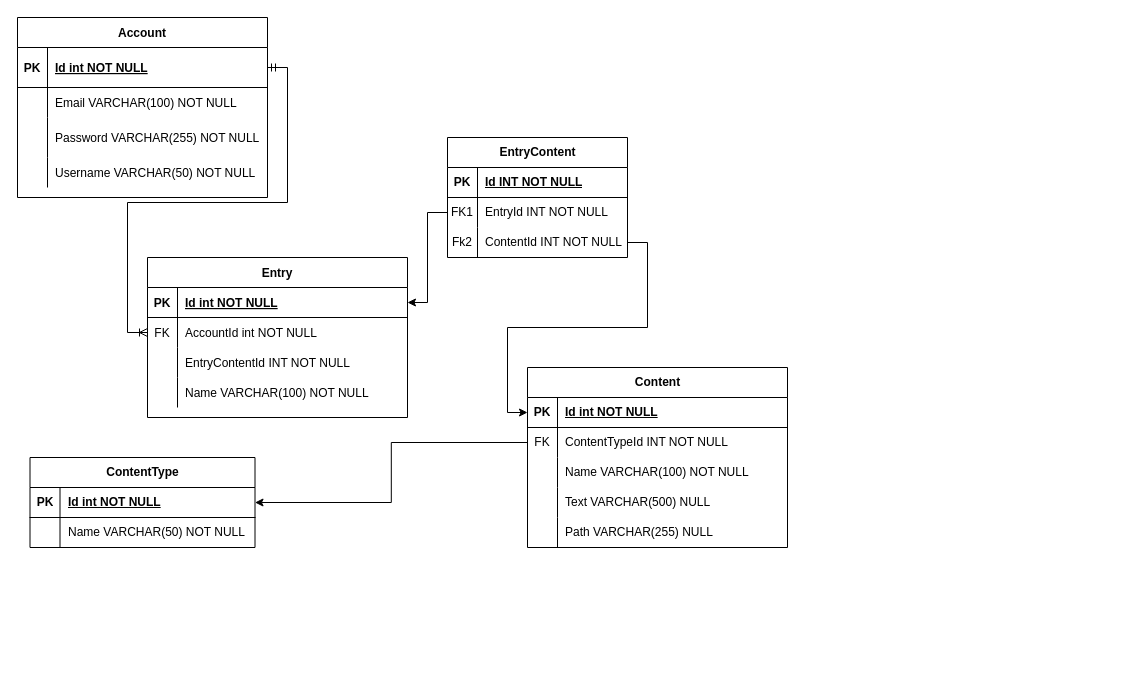
The draw.io diagram qrcoolERD.drawio in DevClarkMiller/qrcool, before the edit. Source tidied: cells renumbered, new cells numbered last; positions are measured from the earlier drawing's top-left corner, leaving out a move shared by most shapes. Both pictures are drawn from the tidied source at 100%, with x=0, y=0 at pixel (17, 17).
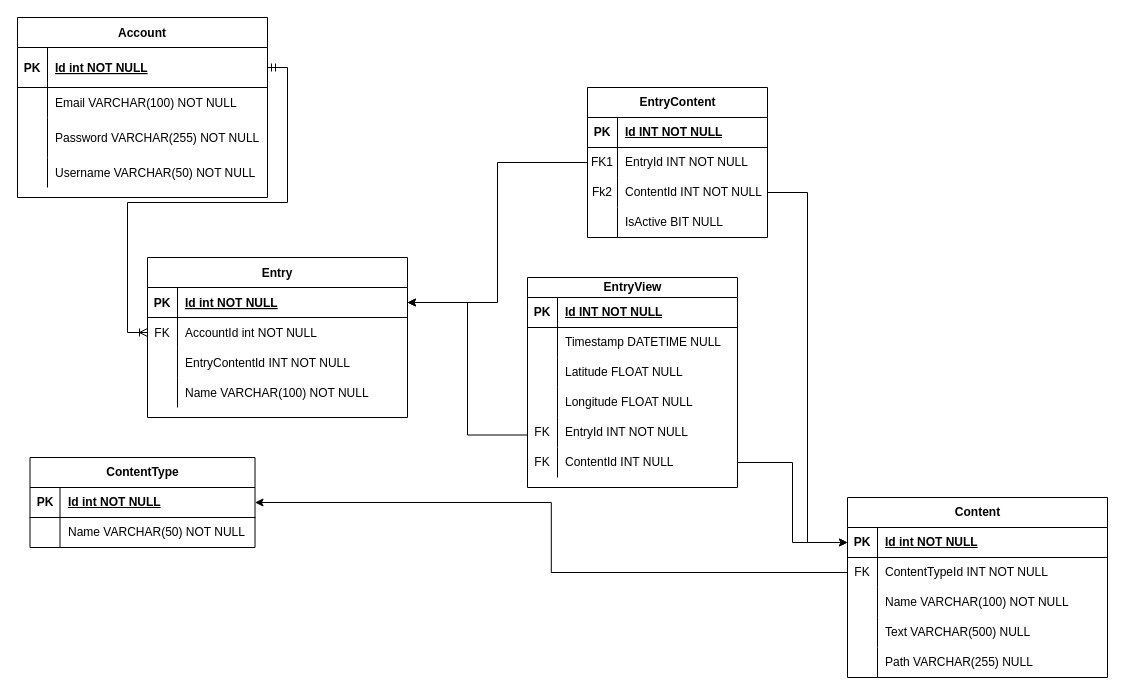
The same page after the edit.

The change refers to these unchanged cells:
```xml
<mxCell id="3" style="shape=partialRectangle;fillColor=none;points=[[0,0.5],[1,0.5]];portConstraint=eastwest;top=0;left=0;right=0;bottom=1;" parent="2" vertex="1">
  <mxGeometry y="30" width="260" height="30" as="geometry" />
</mxCell>
<mxCell id="37" style="shape=tableRow;horizontal=0;startSize=0;swimlaneHead=0;swimlaneBody=0;fillColor=none;points=[[0,0.5],[1,0.5]];portConstraint=eastwest;top=0;left=0;right=0;bottom=1;" parent="36" vertex="1">
  <mxGeometry y="30" width="260" height="30" as="geometry" />
</mxCell>
```

Diff of the diagram source:
```diff
@@
     <mxCell id="36" value="Content" style="shape=table;startSize=30;childLayout=tableLayout;rowLines=0;fontStyle=1;align=center;html=1;" parent="1" vertex="1">
-      <mxGeometry x="510" y="350" width="260" height="180" as="geometry" />
+      <mxGeometry x="830" y="480" width="260" height="180" as="geometry" />
     </mxCell>
@@
     <mxCell id="53" value="EntryContent" style="shape=table;startSize=30;childLayout=tableLayout;rowLines=0;fontStyle=1;align=center;html=1;" parent="1" vertex="1">
-      <mxGeometry x="430" y="120" width="180" height="120" as="geometry" />
+      <mxGeometry x="570" y="70" width="180" height="150" as="geometry" />
     </mxCell>
@@
+    <mxCell id="65" style="shape=tableRow;horizontal=0;startSize=0;swimlaneHead=0;swimlaneBody=0;fillColor=none;top=0;left=0;right=0;bottom=0;" parent="53" vertex="1">
+      <mxGeometry y="120" width="180" height="30" as="geometry" />
+    </mxCell>
+    <mxCell id="66" style="shape=partialRectangle;fillColor=none;top=0;left=0;bottom=0;right=0;overflow=hidden;whiteSpace=wrap;html=1;" parent="65" vertex="1">
+      <mxGeometry width="30" height="30" as="geometry" />
+    </mxCell>
+    <mxCell id="67" value="IsActive BIT NULL" style="shape=partialRectangle;fillColor=none;top=0;left=0;bottom=0;right=0;align=left;spacingLeft=6;overflow=hidden;whiteSpace=wrap;html=1;" parent="65" vertex="1">
+      <mxGeometry x="30" width="150" height="30" as="geometry" />
+    </mxCell>
@@
+    <mxCell id="68" style="edgeStyle=orthogonalEdgeStyle;rounded=0;jettySize=auto;html=1;exitX=0;exitY=0.75;exitDx=0;exitDy=0;entryX=1;entryY=0.5;entryDx=0;entryDy=0;" parent="1" edge="1" source="69" target="3">
+      <mxGeometry relative="1" as="geometry" />
+    </mxCell>
+    <mxCell id="69" value="EntryView" style="shape=table;startSize=20;childLayout=tableLayout;rowLines=0;fontStyle=1;align=center;html=1;" parent="1" vertex="1">
+      <mxGeometry x="510" y="260" width="210" height="210" as="geometry" />
+    </mxCell>
+    <mxCell id="70" style="shape=tableRow;horizontal=0;startSize=0;swimlaneHead=0;swimlaneBody=0;fillColor=none;top=0;left=0;right=0;bottom=1;" parent="69" vertex="1">
+      <mxGeometry y="20" width="210" height="30" as="geometry" />
+    </mxCell>
+    <mxCell id="71" value="PK" style="shape=partialRectangle;fillColor=none;top=0;left=0;bottom=0;right=0;fontStyle=1;overflow=hidden;whiteSpace=wrap;html=1;" parent="70" vertex="1">
+      <mxGeometry width="30" height="30" as="geometry" />
+    </mxCell>
+    <mxCell id="72" value="Id INT NOT NULL" style="shape=partialRectangle;fillColor=none;top=0;left=0;bottom=0;right=0;align=left;spacingLeft=6;fontStyle=5;overflow=hidden;whiteSpace=wrap;html=1;" parent="70" vertex="1">
+      <mxGeometry x="30" width="180" height="30" as="geometry" />
+    </mxCell>
+    <mxCell id="73" style="shape=tableRow;horizontal=0;startSize=0;swimlaneHead=0;swimlaneBody=0;fillColor=none;top=0;left=0;right=0;bottom=0;" parent="69" vertex="1">
+      <mxGeometry y="50" width="210" height="30" as="geometry" />
+    </mxCell>
+    <mxCell id="74" style="shape=partialRectangle;fillColor=none;top=0;left=0;bottom=0;right=0;overflow=hidden;whiteSpace=wrap;html=1;" parent="73" vertex="1">
+      <mxGeometry width="30" height="30" as="geometry" />
+    </mxCell>
+    <mxCell id="75" value="Timestamp DATETIME NULL" style="shape=partialRectangle;fillColor=none;top=0;left=0;bottom=0;right=0;align=left;spacingLeft=6;overflow=hidden;whiteSpace=wrap;html=1;" parent="73" vertex="1">
+      <mxGeometry x="30" width="180" height="30" as="geometry" />
+    </mxCell>
+    <mxCell id="76" style="shape=tableRow;horizontal=0;startSize=0;swimlaneHead=0;swimlaneBody=0;fillColor=none;top=0;left=0;right=0;bottom=0;" parent="69" vertex="1">
+      <mxGeometry y="80" width="210" height="30" as="geometry" />
+    </mxCell>
+    <mxCell id="77" style="shape=partialRectangle;fillColor=none;top=0;left=0;bottom=0;right=0;overflow=hidden;whiteSpace=wrap;html=1;" parent="76" vertex="1">
+      <mxGeometry width="30" height="30" as="geometry" />
+    </mxCell>
+    <mxCell id="78" value="Latitude FLOAT NULL" style="shape=partialRectangle;fillColor=none;top=0;left=0;bottom=0;right=0;align=left;spacingLeft=6;overflow=hidden;whiteSpace=wrap;html=1;" parent="76" vertex="1">
+      <mxGeometry x="30" width="180" height="30" as="geometry" />
+    </mxCell>
+    <mxCell id="79" style="shape=tableRow;horizontal=0;startSize=0;swimlaneHead=0;swimlaneBody=0;fillColor=none;top=0;left=0;right=0;bottom=0;" parent="69" vertex="1">
+      <mxGeometry y="110" width="210" height="30" as="geometry" />
+    </mxCell>
+    <mxCell id="80" style="shape=partialRectangle;fillColor=none;top=0;left=0;bottom=0;right=0;overflow=hidden;whiteSpace=wrap;html=1;" parent="79" vertex="1">
+      <mxGeometry width="30" height="30" as="geometry" />
+    </mxCell>
+    <mxCell id="81" value="Longitude FLOAT NULL" style="shape=partialRectangle;fillColor=none;top=0;left=0;bottom=0;right=0;align=left;spacingLeft=6;overflow=hidden;whiteSpace=wrap;html=1;" parent="79" vertex="1">
+      <mxGeometry x="30" width="180" height="30" as="geometry" />
+    </mxCell>
+    <mxCell id="82" style="shape=tableRow;horizontal=0;startSize=0;swimlaneHead=0;swimlaneBody=0;fillColor=none;top=0;left=0;right=0;bottom=0;" parent="69" vertex="1">
+      <mxGeometry y="140" width="210" height="30" as="geometry" />
+    </mxCell>
+    <mxCell id="83" value="FK" style="shape=partialRectangle;fillColor=none;top=0;left=0;bottom=0;right=0;overflow=hidden;whiteSpace=wrap;html=1;" parent="82" vertex="1">
+      <mxGeometry width="30" height="30" as="geometry" />
+    </mxCell>
+    <mxCell id="84" value="EntryId INT NOT NULL" style="shape=partialRectangle;fillColor=none;top=0;left=0;bottom=0;right=0;align=left;spacingLeft=6;overflow=hidden;whiteSpace=wrap;html=1;" parent="82" vertex="1">
+      <mxGeometry x="30" width="180" height="30" as="geometry" />
+    </mxCell>
+    <mxCell id="85" style="shape=tableRow;horizontal=0;startSize=0;swimlaneHead=0;swimlaneBody=0;fillColor=none;points=[[0,0.5],[1,0.5]];portConstraint=eastwest;top=0;left=0;right=0;bottom=0;" parent="69" vertex="1">
+      <mxGeometry y="170" width="210" height="30" as="geometry" />
+    </mxCell>
+    <mxCell id="86" value="FK" style="shape=partialRectangle;fillColor=none;top=0;left=0;bottom=0;right=0;overflow=hidden;whiteSpace=wrap;html=1;" parent="85" vertex="1">
+      <mxGeometry width="30" height="30" as="geometry" />
+    </mxCell>
+    <mxCell id="87" value="ContentId INT NULL" style="shape=partialRectangle;fillColor=none;top=0;left=0;bottom=0;right=0;align=left;spacingLeft=6;overflow=hidden;whiteSpace=wrap;html=1;" parent="85" vertex="1">
+      <mxGeometry x="30" width="180" height="30" as="geometry" />
+    </mxCell>
+    <mxCell id="88" style="edgeStyle=orthogonalEdgeStyle;rounded=0;jettySize=auto;html=1;exitX=1;exitY=0.5;exitDx=0;exitDy=0;entryX=0;entryY=0.5;entryDx=0;entryDy=0;" parent="1" edge="1" source="85" target="37">
+      <mxGeometry relative="1" as="geometry" />
+    </mxCell>
```
